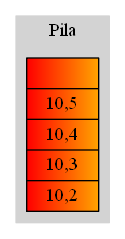
This is graficaPila.png from Tiago-130414/EDD_1S2019_P1_201313722, a Graphviz export, as it was before one commit. Its source is kept beside it as graficaPila.dot. Its diagram source:
```dot
digraph D{
rankdir=TB;
labelloc="t";
subgraph cluster_0{
style=filled;
color = lightgrey;
node[shape=record,style = filled, fillcolor = "red:orange"];
node_GP[shape = record
label="{
 |
10,5|
10,4|
10,3|
10,2}"
];
label = "Pila";
}
}
```
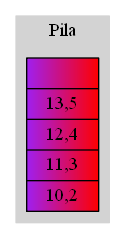
After the change.

Commit message:
se hicieron metodos encolar desencolar mostrar y graficar de la cola i se modificaron los colores de grafica de pila

Diff of the diagram source:
```diff
@@ -4,13 +4,13 @@
 subgraph cluster_0{
 style=filled;
 color = lightgrey;
-node[shape=record,style = filled, fillcolor = "red:orange"];
+node[shape=record,style = filled, fillcolor = "purple:red"];
 node_GP[shape = record
 label="{
  |
-10,5|
-10,4|
-10,3|
+13,5|
+12,4|
+11,3|
 10,2}"
 ];
 label = "Pila";
```
